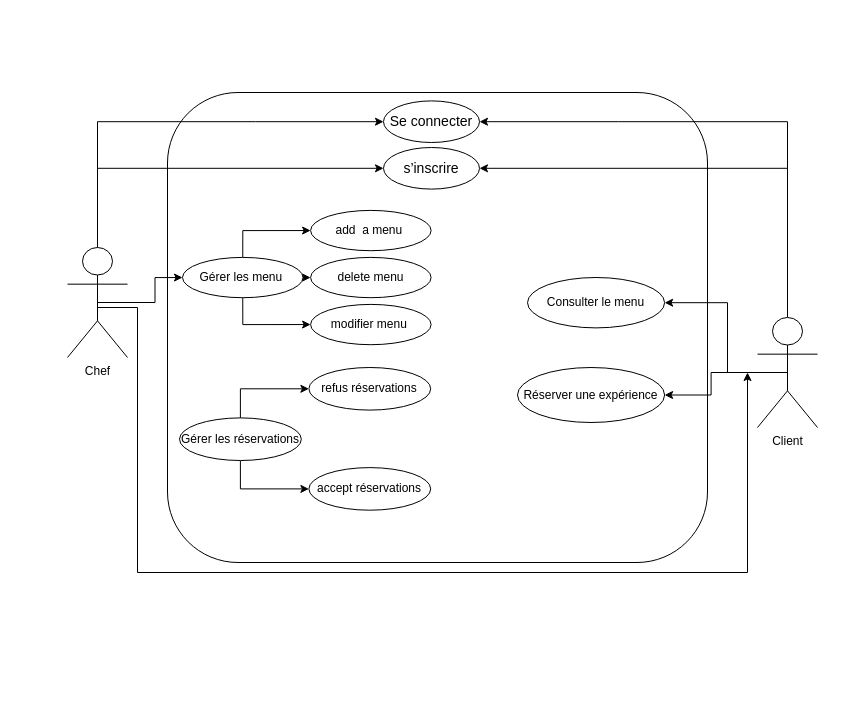
Mohammed-Ben-Cheikh/Chef-Cuisinier keeps this draw.io diagram as Chef-Cuisinier.drawio. Above is the earlier version. Source tidied: cells renumbered, new cells numbered last; positions are measured from the earlier drawing's top-left corner, leaving out a move shared by most shapes. Both pictures are drawn from the tidied source at 100%, with x=0, y=0 at pixel (67, 92).
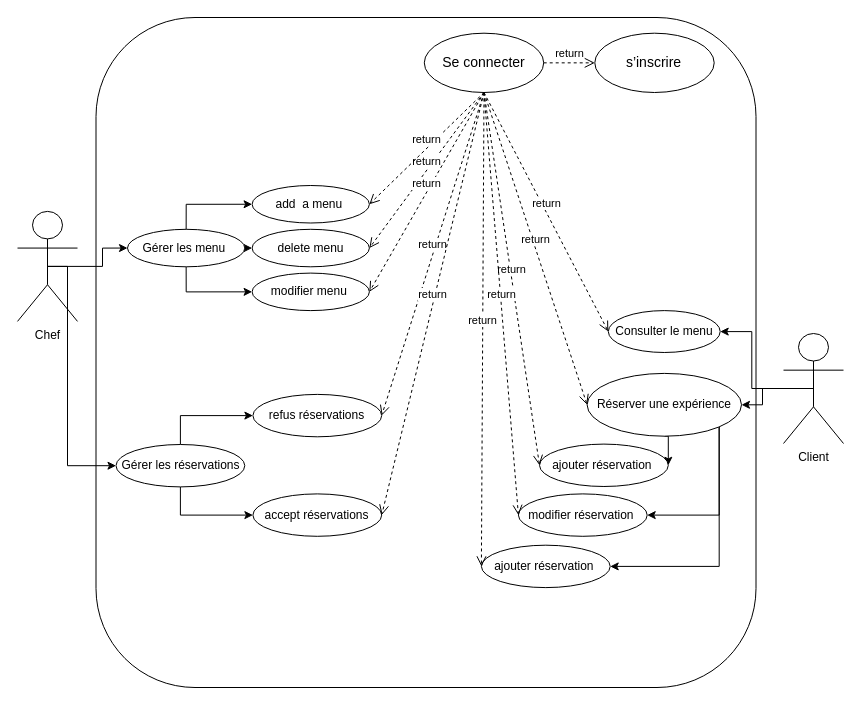
After the change.

Commit message:
Mettre à jour Chef-Cuisinier.drawio

Change to the diagram source:
```diff
@@
     <mxCell id="2" style="group;" parent="1" vertex="1">
-      <mxGeometry x="100" width="540" height="470" as="geometry" />
+      <mxGeometry x="28.5" y="-75" width="671.5" height="670" as="geometry" />
     </mxCell>
     <mxCell id="3" style="rounded=1;whiteSpace=wrap;html=1;" parent="2" vertex="1">
-      <mxGeometry width="540" height="470" as="geometry" />
+      <mxGeometry width="660" height="670" as="geometry" />
     </mxCell>
     <mxCell id="4" value="Consulter le menu" style="ellipse;whiteSpace=wrap;html=1;" parent="2" vertex="1">
-      <mxGeometry x="360" y="185" width="137.1" height="50.4" as="geometry" />
+      <mxGeometry x="512.3" y="293.1" width="111.9" height="41.9" as="geometry" />
     </mxCell>
+    <mxCell id="32" style="edgeStyle=orthogonalEdgeStyle;rounded=0;jettySize=auto;html=1;exitX=0.5;exitY=1;exitDx=0;exitDy=0;entryX=1;entryY=0.5;entryDx=0;entryDy=0;" parent="2" edge="1" source="5" target="41">
+      <mxGeometry relative="1" as="geometry" />
+    </mxCell>
+    <mxCell id="33" style="edgeStyle=orthogonalEdgeStyle;rounded=0;jettySize=auto;html=1;exitX=1;exitY=1;exitDx=0;exitDy=0;entryX=1;entryY=0.5;entryDx=0;entryDy=0;" parent="2" edge="1" source="5" target="42">
+      <mxGeometry relative="1" as="geometry" />
+    </mxCell>
+    <mxCell id="34" style="edgeStyle=orthogonalEdgeStyle;rounded=0;jettySize=auto;html=1;exitX=1;exitY=1;exitDx=0;exitDy=0;entryX=1;entryY=0.5;entryDx=0;entryDy=0;" parent="2" edge="1" source="5" target="43">
+      <mxGeometry relative="1" as="geometry" />
+    </mxCell>
     <mxCell id="5" value="Réserver une expérience" style="ellipse;whiteSpace=wrap;html=1;" parent="2" vertex="1">
-      <mxGeometry x="350" y="275" width="147.1" height="55" as="geometry" />
+      <mxGeometry x="491.1" y="355.9" width="154.4" height="62.8" as="geometry" />
     </mxCell>
     <mxCell id="6" value="&lt;span style=&quot;font-family: &amp;quot;Nunito Sans&amp;quot;, sans-serif; font-size: 14px; text-align: left; background-color: rgb(255, 255, 255);&quot;&gt;Se connecter&lt;/span&gt;" style="ellipse;whiteSpace=wrap;html=1;" parent="2" vertex="1">
-      <mxGeometry x="216" y="8.4" width="96" height="41.6" as="geometry" />
+      <mxGeometry x="328.3" y="15.7" width="119.4" height="59.3" as="geometry" />
     </mxCell>
     <mxCell id="7" style="group;" parent="2" vertex="1">
-      <mxGeometry x="15" y="117.9" width="248.6" height="134.3" as="geometry" />
+      <mxGeometry x="31.5" y="168" width="241.9" height="125.1" as="geometry" />
     </mxCell>
@@
     <mxCell id="11" value="Gérer les menu&amp;nbsp;" style="ellipse;whiteSpace=wrap;html=1;" parent="7" vertex="1">
-      <mxGeometry y="47" width="120.5" height="40.3" as="geometry" />
+      <mxGeometry y="43.8" width="117.3" height="37.5" as="geometry" />
     </mxCell>
     <mxCell id="12" value="add&amp;nbsp; a menu&amp;nbsp;" style="ellipse;whiteSpace=wrap;html=1;" parent="7" vertex="1">
-      <mxGeometry x="128.1" width="120.5" height="40.3" as="geometry" />
+      <mxGeometry x="124.6" width="117.3" height="37.5" as="geometry" />
     </mxCell>
     <mxCell id="13" value="modifier menu&amp;nbsp;" style="ellipse;whiteSpace=wrap;html=1;" parent="7" vertex="1">
-      <mxGeometry x="128.1" y="94" width="120.5" height="40.3" as="geometry" />
+      <mxGeometry x="124.6" y="87.6" width="117.3" height="37.5" as="geometry" />
     </mxCell>
     <mxCell id="14" value="delete menu" style="ellipse;whiteSpace=wrap;html=1;" parent="7" vertex="1">
-      <mxGeometry x="128.1" y="47" width="120.5" height="40.3" as="geometry" />
+      <mxGeometry x="124.6" y="43.8" width="117.3" height="37.5" as="geometry" />
     </mxCell>
     <mxCell id="15" style="group;" parent="2" vertex="1">
-      <mxGeometry x="12" y="275" width="251.1" height="142.7" as="geometry" />
+      <mxGeometry x="20" y="376.9" width="265.7" height="141.9" as="geometry" />
     </mxCell>
@@
     <mxCell id="18" value="Gérer les réservations" style="ellipse;whiteSpace=wrap;html=1;rotation=0;" parent="15" vertex="1">
-      <mxGeometry y="50.4" width="121.8" height="42.6" as="geometry" />
+      <mxGeometry y="50.1" width="128.8" height="42.4" as="geometry" />
     </mxCell>
     <mxCell id="19" value="refus réservations" style="ellipse;whiteSpace=wrap;html=1;rotation=0;" parent="15" vertex="1">
-      <mxGeometry x="129.4" width="121.8" height="42.6" as="geometry" />
+      <mxGeometry x="136.9" width="128.8" height="42.4" as="geometry" />
     </mxCell>
     <mxCell id="20" value="accept réservations" style="ellipse;whiteSpace=wrap;html=1;rotation=0;" parent="15" vertex="1">
-      <mxGeometry x="129.4" y="100.1" width="121.8" height="42.6" as="geometry" />
+      <mxGeometry x="136.9" y="99.5" width="128.8" height="42.4" as="geometry" />
     </mxCell>
     <mxCell id="21" value="&lt;span style=&quot;font-family: &amp;quot;Nunito Sans&amp;quot;, sans-serif; font-size: 14px; text-align: left; background-color: rgb(255, 255, 255);&quot;&gt;s’inscrire&lt;/span&gt;" style="ellipse;whiteSpace=wrap;html=1;" parent="2" vertex="1">
-      <mxGeometry x="216" y="55" width="96" height="41.6" as="geometry" />
+      <mxGeometry x="498.8" y="15.7" width="119.4" height="59.3" as="geometry" />
     </mxCell>
-    <mxCell id="22" style="edgeStyle=orthogonalEdgeStyle;rounded=0;jettySize=auto;html=1;exitX=0.5;exitY=0;exitDx=0;exitDy=0;exitPerimeter=0;entryX=1;entryY=0.5;entryDx=0;entryDy=0;" parent="1" edge="1" source="26" target="6">
-      <mxGeometry relative="1" as="geometry" />
-    </mxCell>
-    <mxCell id="23" style="edgeStyle=orthogonalEdgeStyle;rounded=0;jettySize=auto;html=1;exitX=0.5;exitY=0;exitDx=0;exitDy=0;exitPerimeter=0;entryX=1;entryY=0.5;entryDx=0;entryDy=0;" parent="1" edge="1" source="26" target="21">
-      <mxGeometry relative="1" as="geometry" />
-    </mxCell>
+    <mxCell id="35" value="return" style="html=1;verticalAlign=bottom;endArrow=open;dashed=1;endSize=8;curved=0;rounded=0;exitX=0.5;exitY=1;exitDx=0;exitDy=0;entryX=1;entryY=0.5;entryDx=0;entryDy=0;" parent="2" edge="1" source="6" target="14">
+      <mxGeometry relative="1" as="geometry" />
+    </mxCell>
+    <mxCell id="36" value="return" style="html=1;verticalAlign=bottom;endArrow=open;dashed=1;endSize=8;curved=0;rounded=0;exitX=0.5;exitY=1;exitDx=0;exitDy=0;entryX=1;entryY=0.5;entryDx=0;entryDy=0;" parent="2" edge="1" source="6" target="12">
+      <mxGeometry relative="1" as="geometry" />
+    </mxCell>
+    <mxCell id="37" value="return" style="html=1;verticalAlign=bottom;endArrow=open;dashed=1;endSize=8;curved=0;rounded=0;exitX=0.5;exitY=1;exitDx=0;exitDy=0;entryX=1;entryY=0.5;entryDx=0;entryDy=0;" parent="2" edge="1" source="6" target="13">
+      <mxGeometry relative="1" as="geometry" />
+    </mxCell>
+    <mxCell id="38" value="return" style="html=1;verticalAlign=bottom;endArrow=open;dashed=1;endSize=8;curved=0;rounded=0;exitX=0.5;exitY=1;exitDx=0;exitDy=0;entryX=1;entryY=0.5;entryDx=0;entryDy=0;" parent="2" edge="1" source="6" target="19">
+      <mxGeometry relative="1" as="geometry" />
+    </mxCell>
+    <mxCell id="39" value="return" style="html=1;verticalAlign=bottom;endArrow=open;dashed=1;endSize=8;curved=0;rounded=0;exitX=0.5;exitY=1;exitDx=0;exitDy=0;entryX=1;entryY=0.5;entryDx=0;entryDy=0;" parent="2" edge="1" source="6" target="20">
+      <mxGeometry relative="1" as="geometry" />
+    </mxCell>
+    <mxCell id="40" value="return" style="html=1;verticalAlign=bottom;endArrow=open;dashed=1;endSize=8;curved=0;rounded=0;exitX=1;exitY=0.5;exitDx=0;exitDy=0;entryX=0;entryY=0.5;entryDx=0;entryDy=0;" parent="2" edge="1" source="6" target="21">
+      <mxGeometry relative="1" as="geometry" />
+    </mxCell>
+    <mxCell id="41" value="ajouter réservation&amp;nbsp;" style="ellipse;whiteSpace=wrap;html=1;rotation=0;" parent="2" vertex="1">
+      <mxGeometry x="443.5" y="426.6" width="128.8" height="42.4" as="geometry" />
+    </mxCell>
+    <mxCell id="42" value="modifier réservation&amp;nbsp;" style="ellipse;whiteSpace=wrap;html=1;rotation=0;" parent="2" vertex="1">
+      <mxGeometry x="422.4" y="476.4" width="128.8" height="42.4" as="geometry" />
+    </mxCell>
+    <mxCell id="43" value="ajouter réservation&amp;nbsp;" style="ellipse;whiteSpace=wrap;html=1;rotation=0;" parent="2" vertex="1">
+      <mxGeometry x="385.4" y="527.7" width="128.8" height="42.4" as="geometry" />
+    </mxCell>
+    <mxCell id="44" value="return" style="html=1;verticalAlign=bottom;endArrow=open;dashed=1;endSize=8;curved=0;rounded=0;exitX=0.5;exitY=1;exitDx=0;exitDy=0;entryX=0;entryY=0.5;entryDx=0;entryDy=0;" parent="2" edge="1" source="6" target="41">
+      <mxGeometry relative="1" as="geometry" />
+    </mxCell>
+    <mxCell id="45" value="return" style="html=1;verticalAlign=bottom;endArrow=open;dashed=1;endSize=8;curved=0;rounded=0;exitX=0.5;exitY=1;exitDx=0;exitDy=0;entryX=0;entryY=0.5;entryDx=0;entryDy=0;" parent="2" edge="1" source="6" target="42">
+      <mxGeometry relative="1" as="geometry" />
+    </mxCell>
+    <mxCell id="46" value="return" style="html=1;verticalAlign=bottom;endArrow=open;dashed=1;endSize=8;curved=0;rounded=0;exitX=0.5;exitY=1;exitDx=0;exitDy=0;entryX=0;entryY=0.5;entryDx=0;entryDy=0;" parent="2" edge="1" source="6" target="43">
+      <mxGeometry relative="1" as="geometry" />
+    </mxCell>
+    <mxCell id="47" value="return" style="html=1;verticalAlign=bottom;endArrow=open;dashed=1;endSize=8;curved=0;rounded=0;exitX=0.5;exitY=1;exitDx=0;exitDy=0;entryX=0;entryY=0.5;entryDx=0;entryDy=0;" parent="2" edge="1" source="6" target="4">
+      <mxGeometry relative="1" as="geometry" />
+    </mxCell>
+    <mxCell id="48" value="return" style="html=1;verticalAlign=bottom;endArrow=open;dashed=1;endSize=8;curved=0;rounded=0;exitX=0.5;exitY=1;exitDx=0;exitDy=0;entryX=0;entryY=0.5;entryDx=0;entryDy=0;" parent="2" edge="1" source="6" target="5">
+      <mxGeometry relative="1" as="geometry" />
+    </mxCell>
-    <mxCell id="24" style="edgeStyle=orthogonalEdgeStyle;rounded=0;jettySize=auto;html=1;exitX=0.5;exitY=0.5;exitDx=0;exitDy=0;exitPerimeter=0;entryX=1;entryY=0.5;entryDx=0;entryDy=0;" parent="1" edge="1" source="26" target="4">
-      <mxGeometry relative="1" as="geometry">
-        <Array as="points">
-          <mxPoint x="660" y="280" />
-          <mxPoint x="660" y="210" />
-        </Array>
-      </mxGeometry>
+    <mxCell id="24" style="edgeStyle=orthogonalEdgeStyle;rounded=0;jettySize=auto;html=1;exitX=0.5;exitY=0.5;exitDx=0;exitDy=0;exitPerimeter=0;" parent="1" edge="1" source="26" target="4">
+      <mxGeometry relative="1" as="geometry" />
     </mxCell>
@@
     <mxCell id="26" value="Client" style="shape=umlActor;verticalLabelPosition=bottom;verticalAlign=top;html=1;" parent="1" vertex="1">
-      <mxGeometry x="690" y="225" width="60" height="110" as="geometry" />
+      <mxGeometry x="716" y="241" width="60" height="110" as="geometry" />
     </mxCell>
-    <mxCell id="27" style="edgeStyle=orthogonalEdgeStyle;rounded=0;jettySize=auto;html=1;exitX=0.5;exitY=0;exitDx=0;exitDy=0;exitPerimeter=0;entryX=0;entryY=0.5;entryDx=0;entryDy=0;" parent="1" edge="1" source="31" target="6">
-      <mxGeometry relative="1" as="geometry" />
-    </mxCell>
@@
-    <mxCell id="29" style="edgeStyle=orthogonalEdgeStyle;rounded=0;orthogonalLoop=1;jettySize=auto;html=1;exitX=0.5;exitY=0.5;exitDx=0;exitDy=0;exitPerimeter=0;" parent="1" edge="1">
-      <mxGeometry relative="1" as="geometry">
-        <mxPoint x="30" y="205" as="sourcePoint" />
-        <mxPoint x="680" y="280" as="targetPoint" />
-        <Array as="points">
-          <mxPoint x="30" y="215" />
-          <mxPoint x="70" y="215" />
-          <mxPoint x="70" y="480" />
-          <mxPoint x="680" y="480" />
-        </Array>
-      </mxGeometry>
-    </mxCell>
-    <mxCell id="30" style="edgeStyle=orthogonalEdgeStyle;rounded=0;jettySize=auto;html=1;exitX=0.5;exitY=0;exitDx=0;exitDy=0;exitPerimeter=0;entryX=0;entryY=0.5;entryDx=0;entryDy=0;" parent="1" edge="1" source="31" target="21">
-      <mxGeometry relative="1" as="geometry" />
-    </mxCell>
+    <mxCell id="49" style="edgeStyle=orthogonalEdgeStyle;rounded=0;jettySize=auto;html=1;exitX=0.5;exitY=0.5;exitDx=0;exitDy=0;exitPerimeter=0;entryX=0;entryY=0.5;entryDx=0;entryDy=0;" parent="1" edge="1" source="31" target="18">
+      <mxGeometry relative="1" as="geometry">
+        <Array as="points">
+          <mxPoint y="174" />
+          <mxPoint y="373" />
+        </Array>
+      </mxGeometry>
+    </mxCell>
     <mxCell id="31" value="Chef" style="shape=umlActor;verticalLabelPosition=bottom;verticalAlign=top;html=1;" parent="1" vertex="1">
-      <mxGeometry y="155" width="60" height="110" as="geometry" />
+      <mxGeometry x="-50" y="118.9" width="60" height="110" as="geometry" />
     </mxCell>
```
